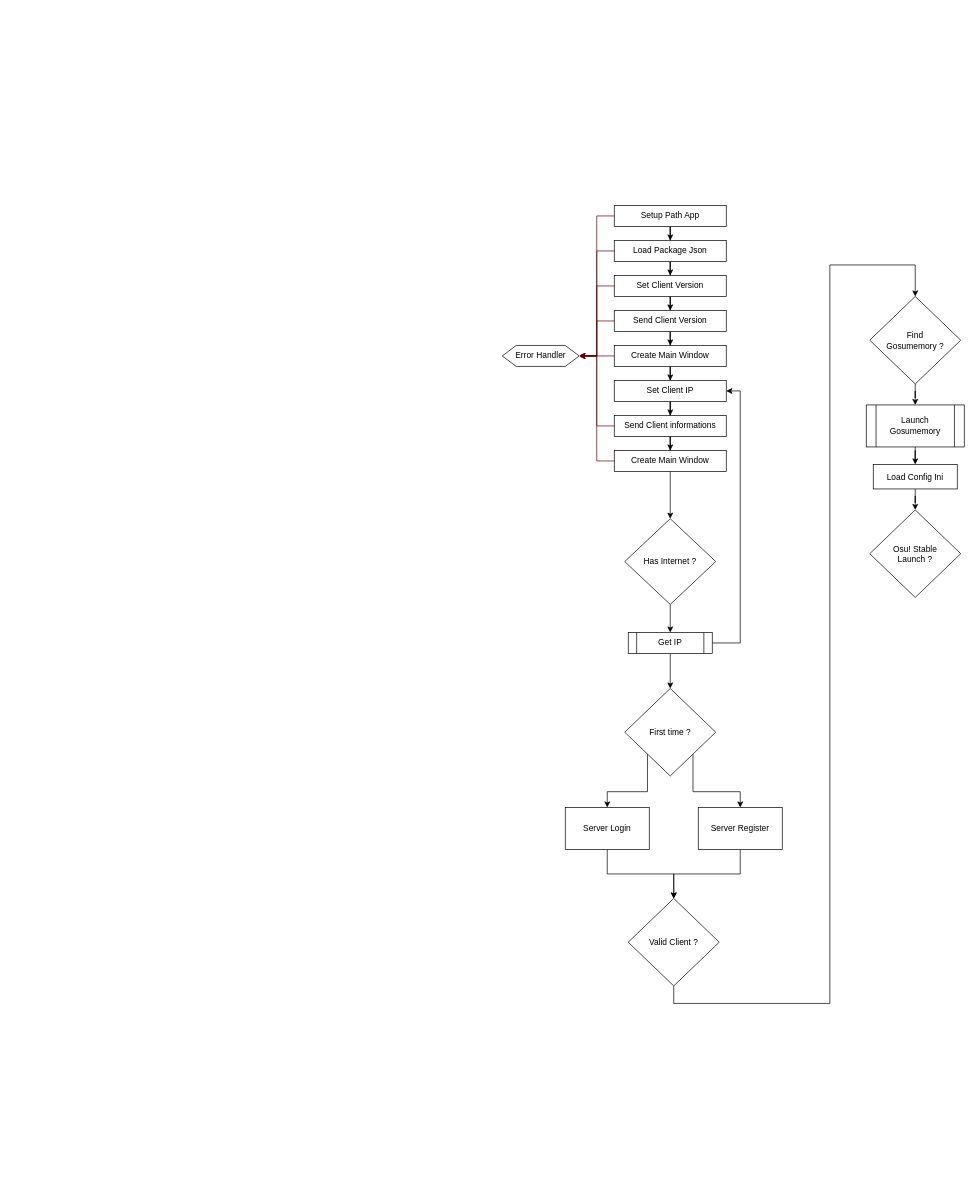
Earlier version of the draw.io diagram client_app/client_app.drawio (BellaFiora/BellaFiora). Source tidied: cells renumbered, new cells numbered last; positions are measured from the earlier drawing's top-left corner, leaving out a move shared by most shapes. Both pictures are drawn from the tidied source at 70%, with x=0, y=0 at pixel (502, 205).
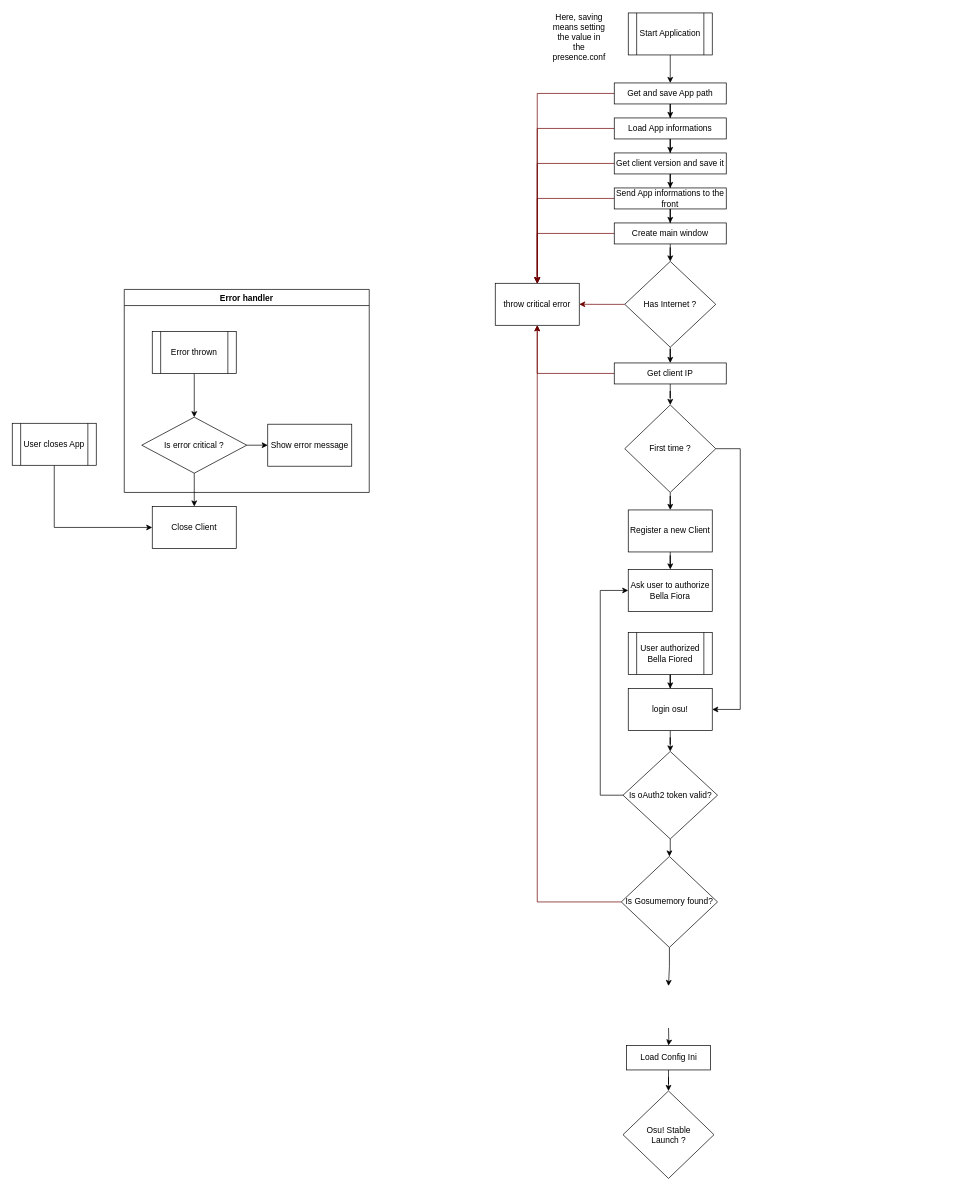
The same diagram, later.

Commit message (it also covers changes not shown here):
nodemodules gitignore

Diff of the diagram source:
```diff
@@
-    <mxCell id="3" style="edgeStyle=orthogonalEdgeStyle;rounded=0;jettySize=auto;html=1;entryX=1;entryY=0.5;entryDx=0;entryDy=0;fillColor=#a20025;strokeColor=#6F0000;" parent="1" edge="1" source="4" target="14">
-      <mxGeometry relative="1" as="geometry" />
-    </mxCell>
+    <mxCell id="47" style="edgeStyle=orthogonalEdgeStyle;rounded=0;jettySize=auto;html=1;fillColor=#a20025;strokeColor=#6F0000;" parent="1" edge="1" source="4" target="74">
+      <mxGeometry relative="1" as="geometry" />
+    </mxCell>
-    <mxCell id="4" value="Setup Path App" style="rounded=0;whiteSpace=wrap;html=1;" parent="1" vertex="1">
-      <mxGeometry x="160" width="160" height="30" as="geometry" />
+    <mxCell id="4" value="Get and save App path" style="rounded=0;whiteSpace=wrap;html=1;" parent="1" vertex="1">
+      <mxGeometry x="160" y="-175" width="160" height="30" as="geometry" />
     </mxCell>
@@
-    <mxCell id="6" style="edgeStyle=orthogonalEdgeStyle;rounded=0;jettySize=auto;html=1;entryX=1;entryY=0.5;entryDx=0;entryDy=0;fillColor=#a20025;strokeColor=#6F0000;" parent="1" edge="1" source="7" target="14">
-      <mxGeometry relative="1" as="geometry" />
-    </mxCell>
+    <mxCell id="48" style="edgeStyle=orthogonalEdgeStyle;rounded=0;jettySize=auto;html=1;fillColor=#a20025;strokeColor=#6F0000;" parent="1" edge="1" source="7" target="74">
+      <mxGeometry relative="1" as="geometry" />
+    </mxCell>
-    <mxCell id="7" value="Load Package Json" style="rounded=0;whiteSpace=wrap;html=1;" parent="1" vertex="1">
-      <mxGeometry x="160" y="50" width="160" height="30" as="geometry" />
+    <mxCell id="7" value="Load App informations" style="rounded=0;whiteSpace=wrap;html=1;" parent="1" vertex="1">
+      <mxGeometry x="160" y="-125" width="160" height="30" as="geometry" />
     </mxCell>
-    <mxCell id="8" style="edgeStyle=orthogonalEdgeStyle;rounded=0;jettySize=auto;html=1;exitX=0;exitY=0.5;exitDx=0;exitDy=0;entryX=1;entryY=0.5;entryDx=0;entryDy=0;fillColor=#a20025;strokeColor=#6F0000;" parent="1" edge="1" source="10" target="14">
-      <mxGeometry relative="1" as="geometry" />
-    </mxCell>
@@
+    <mxCell id="49" style="edgeStyle=orthogonalEdgeStyle;rounded=0;jettySize=auto;html=1;fillColor=#a20025;strokeColor=#6F0000;" parent="1" edge="1" source="10" target="74">
+      <mxGeometry relative="1" as="geometry" />
+    </mxCell>
-    <mxCell id="10" value="Set Client Version" style="rounded=0;whiteSpace=wrap;html=1;" parent="1" vertex="1">
-      <mxGeometry x="160" y="100" width="160" height="30" as="geometry" />
+    <mxCell id="10" value="Get client version and save it" style="rounded=0;whiteSpace=wrap;html=1;" parent="1" vertex="1">
+      <mxGeometry x="160" y="-75" width="160" height="30" as="geometry" />
     </mxCell>
-    <mxCell id="11" style="edgeStyle=orthogonalEdgeStyle;rounded=0;jettySize=auto;html=1;entryX=1;entryY=0.5;entryDx=0;entryDy=0;fillColor=#a20025;strokeColor=#6F0000;" parent="1" edge="1" source="13" target="14">
-      <mxGeometry relative="1" as="geometry" />
-    </mxCell>
-    <mxCell id="12" style="edgeStyle=orthogonalEdgeStyle;rounded=0;jettySize=auto;html=1;entryX=0.5;entryY=0;entryDx=0;entryDy=0;" parent="1" edge="1" source="13" target="46">
-      <mxGeometry relative="1" as="geometry" />
-    </mxCell>
+    <mxCell id="50" style="edgeStyle=orthogonalEdgeStyle;rounded=0;jettySize=auto;html=1;" parent="1" edge="1" source="13" target="25">
+      <mxGeometry relative="1" as="geometry" />
+    </mxCell>
+    <mxCell id="51" style="edgeStyle=orthogonalEdgeStyle;rounded=0;jettySize=auto;html=1;fillColor=#a20025;strokeColor=#6F0000;" parent="1" edge="1" source="13" target="74">
+      <mxGeometry relative="1" as="geometry" />
+    </mxCell>
-    <mxCell id="13" value="Create Main Window" style="rounded=0;whiteSpace=wrap;html=1;" parent="1" vertex="1">
-      <mxGeometry x="160" y="200" width="160" height="30" as="geometry" />
+    <mxCell id="13" value="Create main window" style="rounded=0;whiteSpace=wrap;html=1;" parent="1" vertex="1">
+      <mxGeometry x="160" y="25" width="160" height="30" as="geometry" />
     </mxCell>
-    <mxCell id="14" value="Error Handler" style="shape=hexagon;perimeter=hexagonPerimeter2;whiteSpace=wrap;html=1;fixedSize=1;" parent="1" vertex="1">
-      <mxGeometry y="200" width="110" height="30" as="geometry" />
-    </mxCell>
-    <mxCell id="15" style="edgeStyle=orthogonalEdgeStyle;rounded=0;jettySize=auto;html=1;entryX=1;entryY=0.5;entryDx=0;entryDy=0;fillColor=#a20025;strokeColor=#6F0000;" parent="1" edge="1" source="17" target="14">
-      <mxGeometry relative="1" as="geometry" />
-    </mxCell>
-    <mxCell id="16" style="edgeStyle=orthogonalEdgeStyle;rounded=0;jettySize=auto;html=1;" parent="1" edge="1" source="17" target="25">
-      <mxGeometry relative="1" as="geometry" />
-    </mxCell>
-    <mxCell id="17" value="Create Main Window" style="rounded=0;whiteSpace=wrap;html=1;" parent="1" vertex="1">
-      <mxGeometry x="160" y="350" width="160" height="30" as="geometry" />
-    </mxCell>
@@
-    <mxCell id="19" style="edgeStyle=orthogonalEdgeStyle;rounded=0;jettySize=auto;html=1;entryX=1;entryY=0.5;entryDx=0;entryDy=0;fillColor=#a20025;strokeColor=#6F0000;" parent="1" edge="1" source="20" target="14">
-      <mxGeometry relative="1" as="geometry" />
-    </mxCell>
+    <mxCell id="52" style="edgeStyle=orthogonalEdgeStyle;rounded=0;jettySize=auto;html=1;fillColor=#a20025;strokeColor=#6F0000;" parent="1" edge="1" source="20" target="74">
+      <mxGeometry relative="1" as="geometry" />
+    </mxCell>
-    <mxCell id="20" value="Send Client Version" style="rounded=0;whiteSpace=wrap;html=1;" parent="1" vertex="1">
-      <mxGeometry x="160" y="150" width="160" height="30" as="geometry" />
+    <mxCell id="20" value="Send App informations to the front" style="rounded=0;whiteSpace=wrap;html=1;" parent="1" vertex="1">
+      <mxGeometry x="160" y="-25" width="160" height="30" as="geometry" />
     </mxCell>
-    <mxCell id="21" style="edgeStyle=orthogonalEdgeStyle;rounded=0;jettySize=auto;html=1;entryX=1;entryY=0.5;entryDx=0;entryDy=0;fillColor=#a20025;strokeColor=#6F0000;" parent="1" edge="1" source="23" target="14">
-      <mxGeometry relative="1" as="geometry" />
-    </mxCell>
-    <mxCell id="22" style="edgeStyle=orthogonalEdgeStyle;rounded=0;jettySize=auto;html=1;" parent="1" edge="1" source="23" target="17">
-      <mxGeometry relative="1" as="geometry" />
-    </mxCell>
-    <mxCell id="23" value="Send Client informations" style="rounded=0;whiteSpace=wrap;html=1;" parent="1" vertex="1">
-      <mxGeometry x="160" y="300" width="160" height="30" as="geometry" />
-    </mxCell>
-    <mxCell id="24" style="edgeStyle=orthogonalEdgeStyle;rounded=0;jettySize=auto;html=1;" parent="1" edge="1" source="25" target="28">
-      <mxGeometry relative="1" as="geometry" />
-    </mxCell>
-    <mxCell id="25" value="Has Internet ?" style="rhombus;whiteSpace=wrap;html=1;" parent="1" vertex="1">
-      <mxGeometry x="175" y="447.5" width="130" height="122.5" as="geometry" />
-    </mxCell>
-    <mxCell id="26" style="edgeStyle=orthogonalEdgeStyle;rounded=0;jettySize=auto;html=1;" parent="1" edge="1" source="28" target="31">
-      <mxGeometry relative="1" as="geometry" />
-    </mxCell>
-    <mxCell id="27" style="edgeStyle=orthogonalEdgeStyle;rounded=0;jettySize=auto;html=1;entryX=1;entryY=0.5;entryDx=0;entryDy=0;" parent="1" edge="1" source="28" target="46">
-      <mxGeometry relative="1" as="geometry">
-        <Array as="points">
-          <mxPoint x="340" y="625" />
-          <mxPoint x="340" y="265" />
-        </Array>
-      </mxGeometry>
-    </mxCell>
-    <mxCell id="28" value="Get IP" style="shape=process;whiteSpace=wrap;html=1;backgroundOutline=1;" parent="1" vertex="1">
-      <mxGeometry x="180" y="610" width="120" height="30" as="geometry" />
-    </mxCell>
-    <mxCell id="29" style="edgeStyle=orthogonalEdgeStyle;rounded=0;jettySize=auto;html=1;exitX=0;exitY=1;exitDx=0;exitDy=0;" parent="1" edge="1" source="31" target="42">
-      <mxGeometry relative="1" as="geometry" />
-    </mxCell>
-    <mxCell id="30" style="edgeStyle=orthogonalEdgeStyle;rounded=0;jettySize=auto;html=1;exitX=1;exitY=1;exitDx=0;exitDy=0;entryX=0.5;entryY=0;entryDx=0;entryDy=0;" parent="1" edge="1" source="31" target="44">
-      <mxGeometry relative="1" as="geometry" />
-    </mxCell>
+    <mxCell id="53" style="edgeStyle=orthogonalEdgeStyle;rounded=0;jettySize=auto;html=1;" parent="1" edge="1" source="31" target="76">
+      <mxGeometry relative="1" as="geometry" />
+    </mxCell>
+    <mxCell id="54" style="edgeStyle=orthogonalEdgeStyle;rounded=0;jettySize=auto;html=1;entryX=1;entryY=0.5;entryDx=0;entryDy=0;" parent="1" edge="1" source="31" target="81">
+      <mxGeometry relative="1" as="geometry">
+        <Array as="points">
+          <mxPoint x="340" y="348" />
+          <mxPoint x="340" y="720" />
+        </Array>
+      </mxGeometry>
+    </mxCell>
     <mxCell id="31" value="First time ?" style="rhombus;whiteSpace=wrap;html=1;" parent="1" vertex="1">
-      <mxGeometry x="175" y="690" width="130" height="125" as="geometry" />
+      <mxGeometry x="175" y="285" width="130" height="125" as="geometry" />
     </mxCell>
+    <mxCell id="55" style="edgeStyle=orthogonalEdgeStyle;rounded=0;jettySize=auto;html=1;entryX=0;entryY=0.5;entryDx=0;entryDy=0;" parent="1" edge="1" source="33" target="77">
+      <mxGeometry relative="1" as="geometry">
+        <Array as="points">
+          <mxPoint x="140" y="843" />
+          <mxPoint x="140" y="550" />
+        </Array>
+      </mxGeometry>
+    </mxCell>
-    <mxCell id="32" style="edgeStyle=orthogonalEdgeStyle;rounded=0;jettySize=auto;html=1;entryX=0.5;entryY=0;entryDx=0;entryDy=0;" parent="1" edge="1" source="33" target="35">
-      <mxGeometry relative="1" as="geometry">
-        <Array as="points">
-          <mxPoint x="245" y="1140" />
-          <mxPoint x="468" y="1140" />
-          <mxPoint x="468" y="85" />
-          <mxPoint x="590" y="85" />
-        </Array>
-      </mxGeometry>
+    <mxCell id="32" style="edgeStyle=orthogonalEdgeStyle;rounded=0;jettySize=auto;html=1;" parent="1" edge="1" source="33" target="35">
+      <mxGeometry relative="1" as="geometry" />
     </mxCell>
-    <mxCell id="33" value="Valid Client ?" style="rhombus;whiteSpace=wrap;html=1;" parent="1" vertex="1">
-      <mxGeometry x="180" y="990" width="130" height="125" as="geometry" />
+    <mxCell id="33" value="Is oAuth2 token valid?" style="rhombus;whiteSpace=wrap;html=1;" parent="1" vertex="1">
+      <mxGeometry x="172.5" y="780" width="135" height="125" as="geometry" />
     </mxCell>
-    <mxCell id="34" style="edgeStyle=orthogonalEdgeStyle;rounded=0;jettySize=auto;html=1;" parent="1" edge="1" source="35" target="37">
-      <mxGeometry relative="1" as="geometry" />
+    <mxCell id="34" style="edgeStyle=orthogonalEdgeStyle;rounded=0;jettySize=auto;html=1;" parent="1" edge="1" source="35">
+      <mxGeometry relative="1" as="geometry">
+        <mxPoint x="237.5" y="1115" as="targetPoint" />
+      </mxGeometry>
     </mxCell>
+    <mxCell id="56" style="edgeStyle=orthogonalEdgeStyle;rounded=0;jettySize=auto;html=1;fillColor=#a20025;strokeColor=#6F0000;" parent="1" edge="1" source="35" target="74">
+      <mxGeometry relative="1" as="geometry" />
+    </mxCell>
-    <mxCell id="35" value="Find &lt;br&gt;Gosumemory ?" style="rhombus;whiteSpace=wrap;html=1;" parent="1" vertex="1">
-      <mxGeometry x="525" y="130" width="130" height="125" as="geometry" />
+    <mxCell id="35" value="Is&amp;nbsp;Gosumemory found?" style="rhombus;whiteSpace=wrap;html=1;" parent="1" vertex="1">
+      <mxGeometry x="170" y="930" width="137.5" height="130" as="geometry" />
     </mxCell>
-    <mxCell id="36" style="edgeStyle=orthogonalEdgeStyle;rounded=0;jettySize=auto;html=1;" parent="1" edge="1" source="37" target="40">
-      <mxGeometry relative="1" as="geometry" />
+    <mxCell id="36" style="edgeStyle=orthogonalEdgeStyle;rounded=0;jettySize=auto;html=1;" parent="1" edge="1" target="40">
+      <mxGeometry relative="1" as="geometry">
+        <mxPoint x="237.5" y="1175" as="sourcePoint" />
+      </mxGeometry>
     </mxCell>
-    <mxCell id="37" value="Launch Gosumemory" style="shape=process;whiteSpace=wrap;html=1;backgroundOutline=1;" parent="1" vertex="1">
-      <mxGeometry x="520" y="285" width="140" height="60" as="geometry" />
-    </mxCell>
     <mxCell id="38" value="Osu! Stable &lt;br&gt;Launch ?" style="rhombus;whiteSpace=wrap;html=1;" parent="1" vertex="1">
-      <mxGeometry x="525" y="435" width="130" height="125" as="geometry" />
+      <mxGeometry x="172.5" y="1265" width="130" height="125" as="geometry" />
     </mxCell>
@@
     <mxCell id="40" value="Load Config Ini" style="rounded=0;whiteSpace=wrap;html=1;" parent="1" vertex="1">
-      <mxGeometry x="530" y="370" width="120" height="35" as="geometry" />
+      <mxGeometry x="177.5" y="1200" width="120" height="35" as="geometry" />
     </mxCell>
-    <mxCell id="41" style="edgeStyle=orthogonalEdgeStyle;rounded=0;jettySize=auto;html=1;entryX=0.5;entryY=0;entryDx=0;entryDy=0;" parent="1" edge="1" source="42" target="33">
-      <mxGeometry relative="1" as="geometry" />
-    </mxCell>
-    <mxCell id="42" value="Server Login" style="rounded=0;whiteSpace=wrap;html=1;" parent="1" vertex="1">
-      <mxGeometry x="90" y="860" width="120" height="60" as="geometry" />
-    </mxCell>
-    <mxCell id="43" style="edgeStyle=orthogonalEdgeStyle;rounded=0;jettySize=auto;html=1;entryX=0.5;entryY=0;entryDx=0;entryDy=0;" parent="1" edge="1" source="44" target="33">
-      <mxGeometry relative="1" as="geometry" />
-    </mxCell>
-    <mxCell id="44" value="Server Register" style="rounded=0;whiteSpace=wrap;html=1;" parent="1" vertex="1">
-      <mxGeometry x="280" y="860" width="120" height="60" as="geometry" />
-    </mxCell>
-    <mxCell id="45" style="edgeStyle=orthogonalEdgeStyle;rounded=0;jettySize=auto;html=1;" parent="1" edge="1" source="46" target="23">
-      <mxGeometry relative="1" as="geometry" />
-    </mxCell>
+    <mxCell id="57" style="edgeStyle=orthogonalEdgeStyle;rounded=0;jettySize=auto;html=1;fillColor=#a20025;strokeColor=#6F0000;" parent="1" edge="1" source="46" target="74">
+      <mxGeometry relative="1" as="geometry" />
+    </mxCell>
+    <mxCell id="58" style="edgeStyle=orthogonalEdgeStyle;rounded=0;jettySize=auto;html=1;" parent="1" edge="1" source="46" target="31">
+      <mxGeometry relative="1" as="geometry" />
+    </mxCell>
-    <mxCell id="46" value="Set Client IP" style="rounded=0;whiteSpace=wrap;html=1;" parent="1" vertex="1">
-      <mxGeometry x="160" y="250" width="160" height="30" as="geometry" />
+    <mxCell id="46" value="Get client IP" style="rounded=0;whiteSpace=wrap;html=1;" parent="1" vertex="1">
+      <mxGeometry x="160" y="225" width="160" height="30" as="geometry" />
     </mxCell>
+    <mxCell id="59" style="edgeStyle=orthogonalEdgeStyle;rounded=0;jettySize=auto;html=1;" parent="1" edge="1" source="60" target="4">
+      <mxGeometry relative="1" as="geometry" />
+    </mxCell>
+    <mxCell id="60" value="Start Application" style="shape=process;whiteSpace=wrap;html=1;backgroundOutline=1;" parent="1" vertex="1">
+      <mxGeometry x="180" y="-275" width="120" height="60" as="geometry" />
+    </mxCell>
+    <mxCell id="61" value="Here, saving means setting the value in the presence.conf" style="text;html=1;strokeColor=none;fillColor=none;align=center;verticalAlign=middle;whiteSpace=wrap;rounded=0;" parent="1" vertex="1">
+      <mxGeometry x="80" y="-255" width="60" height="30" as="geometry" />
+    </mxCell>
+    <mxCell id="62" style="edgeStyle=orthogonalEdgeStyle;rounded=0;jettySize=auto;html=1;fillColor=#a20025;strokeColor=#6F0000;" parent="1" edge="1" source="25" target="74">
+      <mxGeometry relative="1" as="geometry" />
+    </mxCell>
+    <mxCell id="63" style="edgeStyle=orthogonalEdgeStyle;rounded=0;jettySize=auto;html=1;" parent="1" edge="1" source="25" target="46">
+      <mxGeometry relative="1" as="geometry" />
+    </mxCell>
+    <mxCell id="25" value="Has Internet ?" style="rhombus;whiteSpace=wrap;html=1;" parent="1" vertex="1">
+      <mxGeometry x="175" y="80" width="130" height="122.5" as="geometry" />
+    </mxCell>
+    <mxCell id="64" style="edgeStyle=orthogonalEdgeStyle;rounded=0;jettySize=auto;html=1;entryX=0;entryY=0.5;entryDx=0;entryDy=0;" parent="1" edge="1" source="65" target="72">
+      <mxGeometry relative="1" as="geometry">
+        <Array as="points">
+          <mxPoint x="-640" y="460" />
+        </Array>
+      </mxGeometry>
+    </mxCell>
+    <mxCell id="65" value="User closes App" style="shape=process;whiteSpace=wrap;html=1;backgroundOutline=1;" parent="1" vertex="1">
+      <mxGeometry x="-700" y="311.2" width="120" height="60" as="geometry" />
+    </mxCell>
+    <mxCell id="66" value="Error handler" style="swimlane;" parent="1" vertex="1">
+      <mxGeometry x="-540" y="120" width="350" height="290" as="geometry" />
+    </mxCell>
+    <mxCell id="67" value="Is error critical ?" style="rhombus;whiteSpace=wrap;html=1;" parent="66" vertex="1">
+      <mxGeometry x="25" y="182.5" width="150" height="80" as="geometry" />
+    </mxCell>
+    <mxCell id="68" value="Show error message" style="rounded=0;whiteSpace=wrap;html=1;" parent="66" vertex="1">
+      <mxGeometry x="205" y="192.5" width="120" height="60" as="geometry" />
+    </mxCell>
+    <mxCell id="69" style="edgeStyle=orthogonalEdgeStyle;rounded=0;jettySize=auto;html=1;" parent="66" edge="1" source="67" target="68">
+      <mxGeometry relative="1" as="geometry">
+        <Array as="points">
+          <mxPoint x="235" y="222.5" />
+        </Array>
+      </mxGeometry>
+    </mxCell>
+    <mxCell id="70" style="edgeStyle=orthogonalEdgeStyle;rounded=0;jettySize=auto;html=1;" parent="66" edge="1" source="71" target="67">
+      <mxGeometry relative="1" as="geometry" />
+    </mxCell>
+    <mxCell id="71" value="Error thrown" style="shape=process;whiteSpace=wrap;html=1;backgroundOutline=1;" parent="66" vertex="1">
+      <mxGeometry x="40" y="60" width="120" height="60" as="geometry" />
+    </mxCell>
+    <mxCell id="72" value="Close Client" style="rounded=0;whiteSpace=wrap;html=1;" parent="1" vertex="1">
+      <mxGeometry x="-500" y="430" width="120" height="60" as="geometry" />
+    </mxCell>
+    <mxCell id="73" style="edgeStyle=orthogonalEdgeStyle;rounded=0;jettySize=auto;html=1;" parent="1" edge="1" source="67" target="72">
+      <mxGeometry relative="1" as="geometry" />
+    </mxCell>
+    <mxCell id="74" value="throw critical error" style="rounded=0;whiteSpace=wrap;html=1;" parent="1" vertex="1">
+      <mxGeometry x="-10" y="111.2" width="120" height="60" as="geometry" />
+    </mxCell>
+    <mxCell id="75" style="edgeStyle=orthogonalEdgeStyle;rounded=0;jettySize=auto;html=1;" parent="1" edge="1" source="76" target="77">
+      <mxGeometry relative="1" as="geometry" />
+    </mxCell>
+    <mxCell id="76" value="Register a new Client" style="rounded=0;whiteSpace=wrap;html=1;" parent="1" vertex="1">
+      <mxGeometry x="180" y="435" width="120" height="60" as="geometry" />
+    </mxCell>
+    <mxCell id="77" value="Ask user to authorize Bella Fiora" style="rounded=0;whiteSpace=wrap;html=1;" parent="1" vertex="1">
+      <mxGeometry x="180" y="520" width="120" height="60" as="geometry" />
+    </mxCell>
+    <mxCell id="78" style="edgeStyle=orthogonalEdgeStyle;rounded=0;jettySize=auto;html=1;" parent="1" edge="1" source="79" target="81">
+      <mxGeometry relative="1" as="geometry" />
+    </mxCell>
+    <mxCell id="79" value="User authorized Bella Fiored" style="shape=process;whiteSpace=wrap;html=1;backgroundOutline=1;" parent="1" vertex="1">
+      <mxGeometry x="180" y="610" width="120" height="60" as="geometry" />
+    </mxCell>
+    <mxCell id="80" style="edgeStyle=orthogonalEdgeStyle;rounded=0;jettySize=auto;html=1;" parent="1" edge="1" source="81" target="33">
+      <mxGeometry relative="1" as="geometry" />
+    </mxCell>
+    <mxCell id="81" value="login osu!" style="rounded=0;whiteSpace=wrap;html=1;" parent="1" vertex="1">
+      <mxGeometry x="180" y="690" width="120" height="60" as="geometry" />
+    </mxCell>
```
